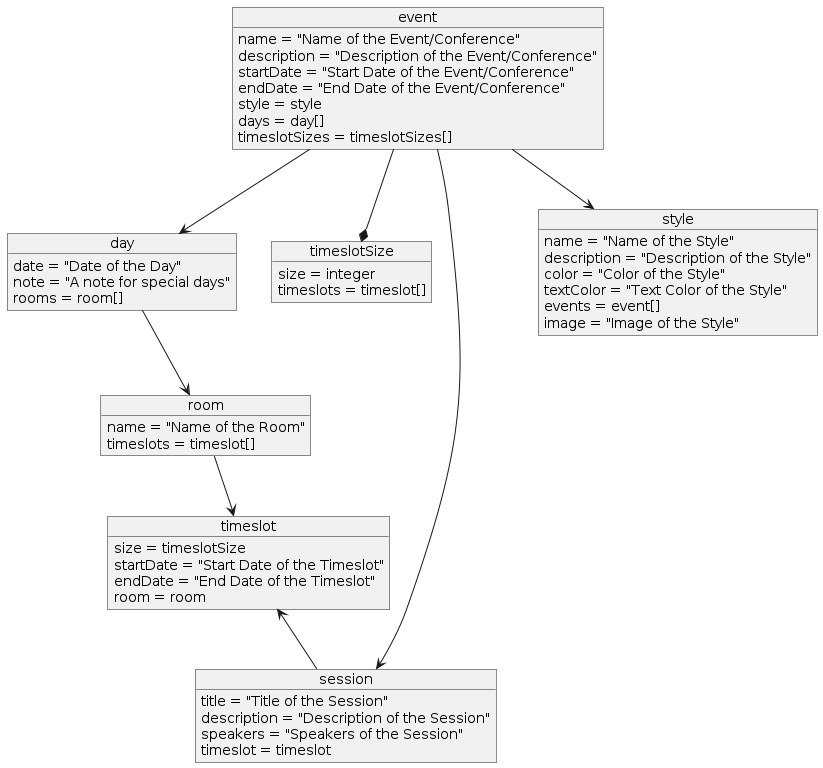
This is docs/diagrams/BusinessModels.png from mayflower/oTTo, a PlantUML export, as it was before one commit.
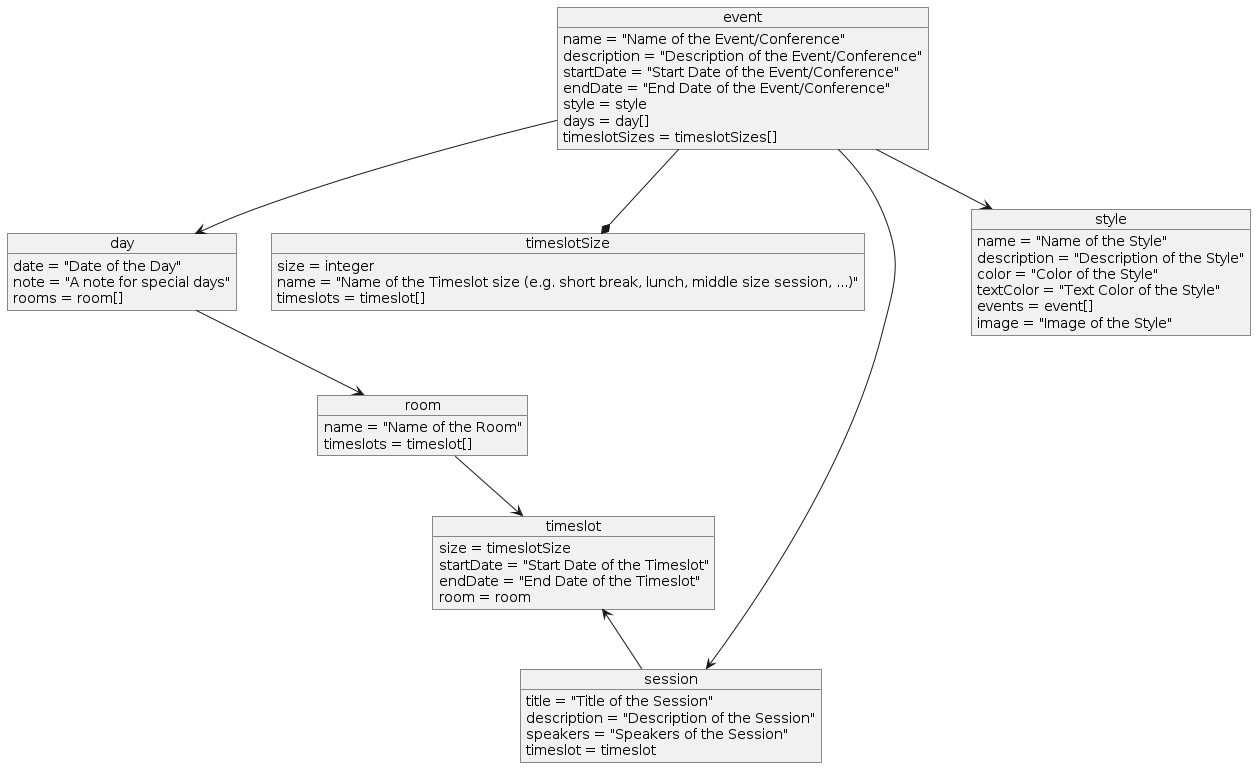
Later version of the same file.

Commit message:
add missing name for timeslot size

What changed in the source:
```diff
@@ -24,6 +24,7 @@
 room : timeslots = timeslot[]
 
 timeslotSize : size = integer
+timeslotSize : name = "Name of the Timeslot size (e.g. short break, lunch, middle size session, ...)"
 timeslotSize : timeslots = timeslot[]
 
 timeslot : size = timeslotSize
```
